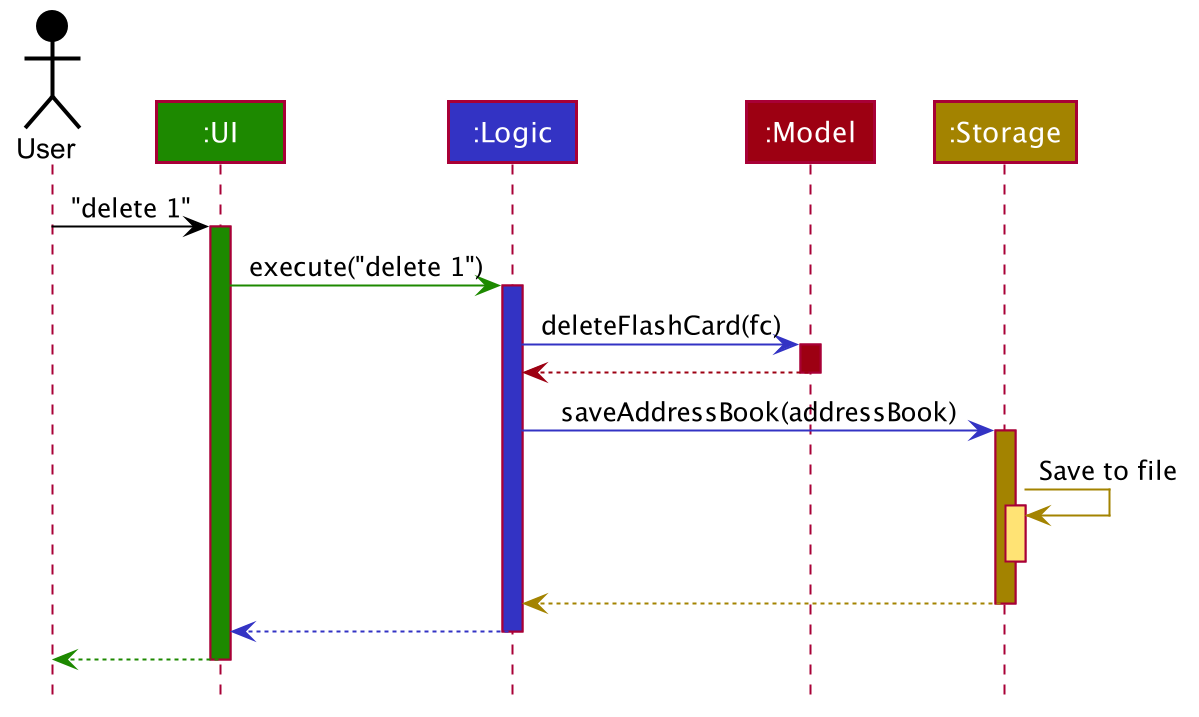
nus-cs2103-AY1920S1/addressbook-level3 keeps this PlantUML diagram as docs/images/ArchitectureSequenceDiagram.png. Above is the earlier version.
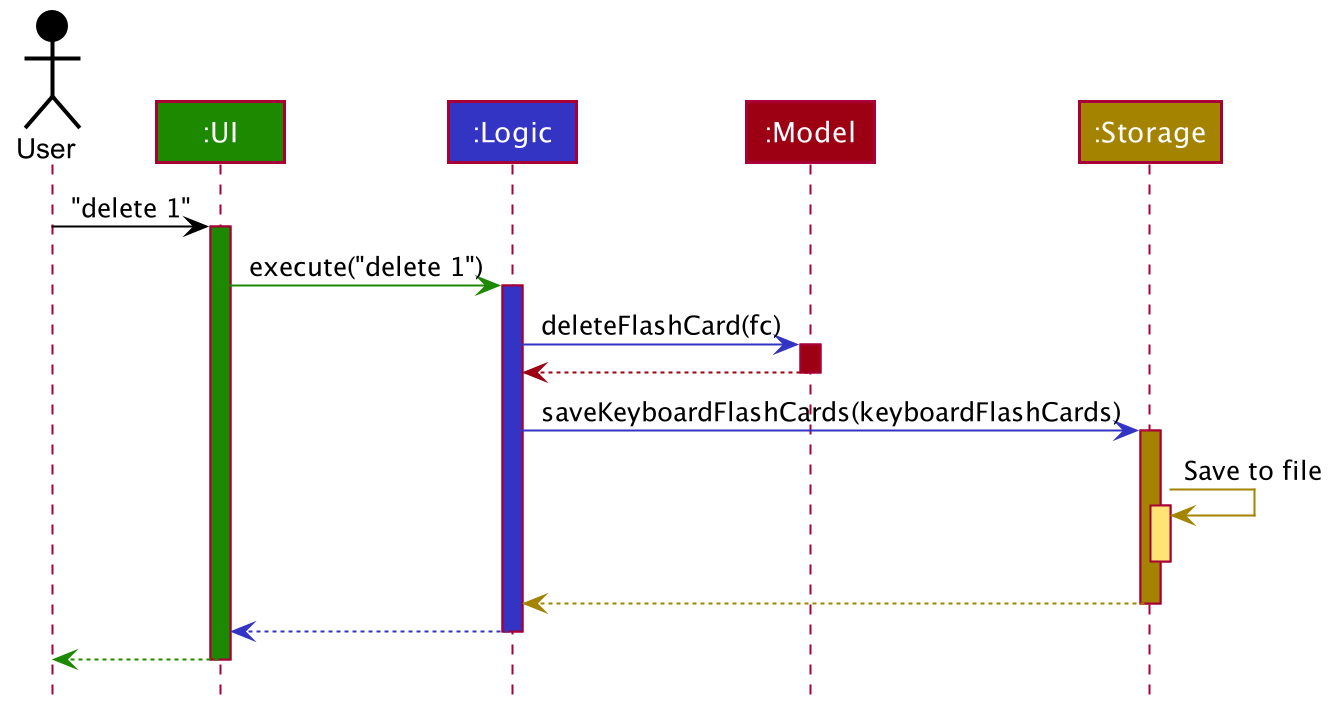
After the change.

Diff of the diagram source:
```diff
@@ -1,4 +1,6 @@
 @startuml
+
+
 
 
 
@@ -66,7 +68,7 @@
 model -[#9D0012]-> logic
 deactivate model
 
-logic -[#3333C4]> storage : saveAddressBook(addressBook)
+logic -[#3333C4]> storage : saveKeyboardFlashCards(keyboardFlashCards)
 activate storage #A38300
 
 storage -[#A38300]> storage : Save to file
```
